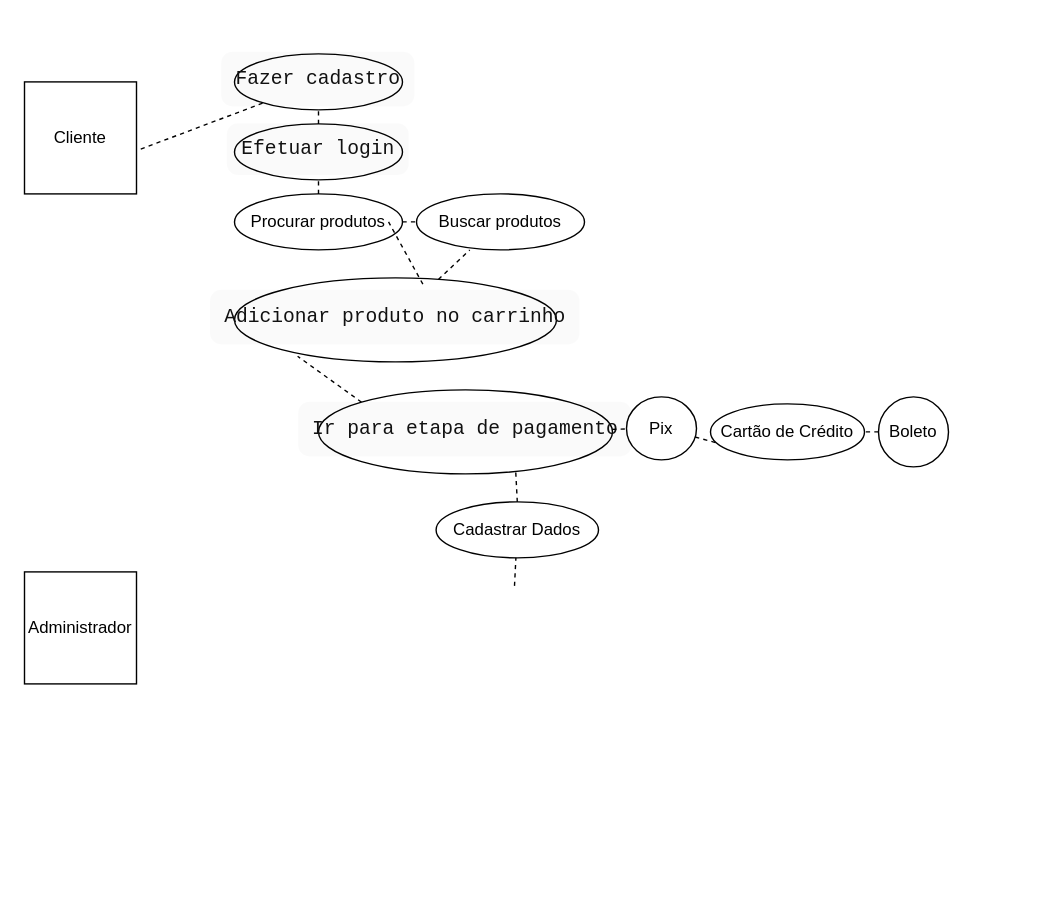
rafaelunic/analiseeprojetodesistemas keeps this draw.io diagram as Diagrama sem nome.drawio. Above is the earlier version. Source tidied: cells renumbered, new cells numbered last; positions are measured from the earlier drawing's top-left corner, leaving out a move shared by most shapes. Both pictures are drawn from the tidied source at 140%, with x=0, y=0 at pixel (24, 53).
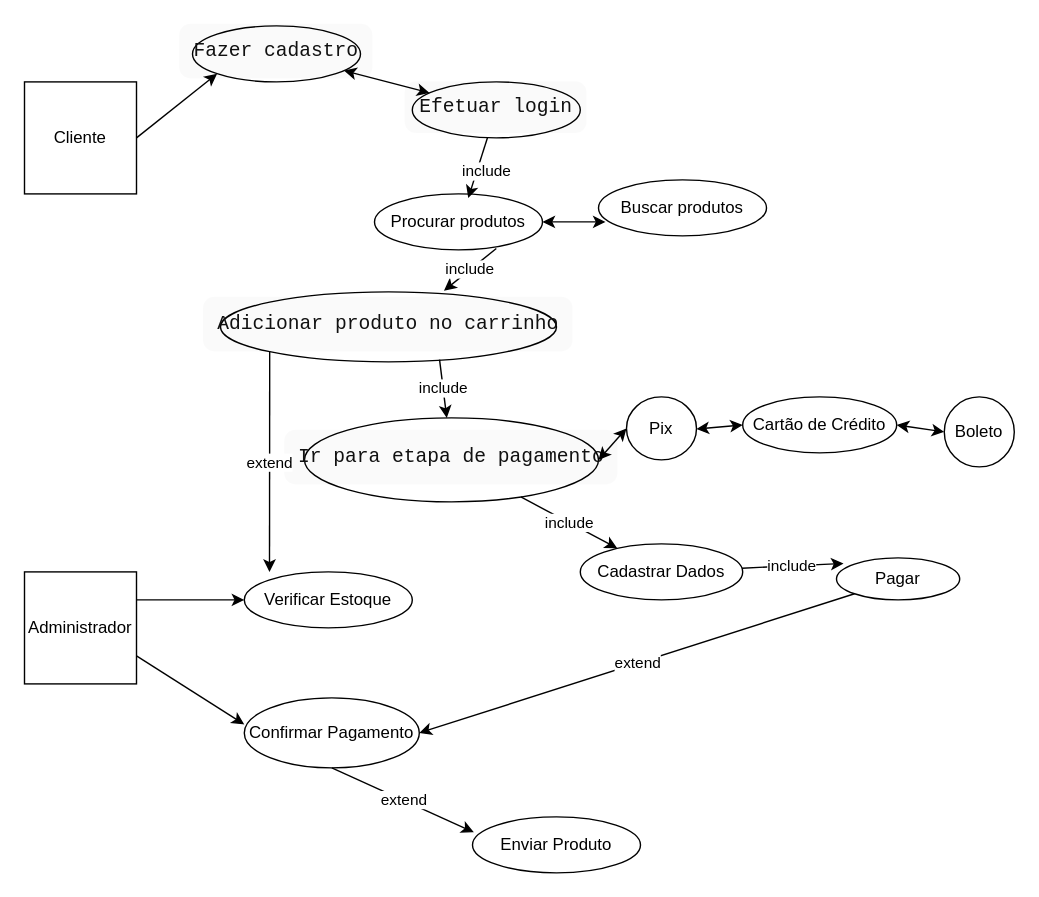
The same diagram, later.

Commit message:
Actualizar Diagrama de e-commerce.drawio

Unchanged cells that the change refers to:
```xml
<mxCell id="2" value="Administrador" style="whiteSpace=wrap;html=1;" parent="1" vertex="1">
  <mxGeometry y="370" width="80" height="80" as="geometry" />
</mxCell>
<mxCell id="3" value="Cliente" style="whiteSpace=wrap;html=1;" parent="1" vertex="1">
  <mxGeometry y="20" width="80" height="80" as="geometry" />
</mxCell>
<mxCell id="17" value="Pix" style="ellipse;whiteSpace=wrap;html=1;" parent="1" vertex="1">
  <mxGeometry x="430" y="245" width="50" height="45" as="geometry" />
</mxCell>
```

What changed in the source:
```diff
@@
-    <mxCell id="4" style="endArrow=none;dashed=1;html=1;rounded=0;exitX=1.038;exitY=0.6;exitDx=0;exitDy=0;exitPerimeter=0;" parent="1" edge="1" source="3" target="5">
-      <mxGeometry relative="1" as="geometry" />
-    </mxCell>
     <mxCell id="5" value="&lt;pre style=&quot;margin-top: 0px; margin-bottom: 4px; background: rgba(0, 0, 0, 0.02); border-radius: 8px; padding: 10px; box-sizing: border-box; border: 1px solid var(--cib-color-neutral-stroke); color: rgb(17, 17, 17); font-size: 16px; text-align: start;&quot;&gt;&lt;code style=&quot;font-size: 14px;&quot; class=&quot;language-uml&quot;&gt;Fazer cadastro&lt;/code&gt;&lt;/pre&gt;" style="ellipse;whiteSpace=wrap;html=1;" parent="1" vertex="1">
-      <mxGeometry x="150" width="120" height="40" as="geometry" />
+      <mxGeometry x="120" y="-20" width="120" height="40" as="geometry" />
     </mxCell>
     <mxCell id="6" value="&lt;pre style=&quot;margin-top: 0px; margin-bottom: 4px; background: rgba(0, 0, 0, 0.02); border-radius: 8px; padding: 10px; box-sizing: border-box; border: 1px solid var(--cib-color-neutral-stroke); color: rgb(17, 17, 17); text-align: start;&quot;&gt;&lt;span style=&quot;font-size: 14px;&quot;&gt;Efetuar login&lt;/span&gt;&lt;/pre&gt;" style="ellipse;whiteSpace=wrap;html=1;" parent="1" vertex="1">
-      <mxGeometry x="150" y="50" width="120" height="40" as="geometry" />
+      <mxGeometry x="277" y="20" width="120" height="40" as="geometry" />
     </mxCell>
-    <mxCell id="7" style="endArrow=none;dashed=1;html=1;rounded=0;exitX=0.5;exitY=0;exitDx=0;exitDy=0;" parent="1" edge="1" source="6" target="5">
-      <mxGeometry relative="1" as="geometry" />
-    </mxCell>
-    <mxCell id="8" style="endArrow=none;dashed=1;html=1;rounded=0;entryX=0.5;entryY=1;entryDx=0;entryDy=0;" parent="1" edge="1" target="6">
-      <mxGeometry relative="1" as="geometry">
-        <mxPoint x="210" y="100" as="sourcePoint" />
-      </mxGeometry>
-    </mxCell>
     <mxCell id="9" value="Procurar produtos" style="ellipse;whiteSpace=wrap;html=1;" parent="1" vertex="1">
-      <mxGeometry x="150" y="100" width="120" height="40" as="geometry" />
+      <mxGeometry x="250" y="100" width="120" height="40" as="geometry" />
     </mxCell>
     <mxCell id="10" value="Buscar produtos" style="ellipse;whiteSpace=wrap;html=1;" parent="1" vertex="1">
-      <mxGeometry x="280" y="100" width="120" height="40" as="geometry" />
+      <mxGeometry x="410" y="90" width="120" height="40" as="geometry" />
     </mxCell>
-    <mxCell id="11" style="endArrow=none;dashed=1;html=1;rounded=0;" parent="1" edge="1" source="9" target="10">
-      <mxGeometry relative="1" as="geometry" />
-    </mxCell>
     <mxCell id="12" value="&lt;pre style=&quot;margin-top: 0px; margin-bottom: 4px; background: rgba(0, 0, 0, 0.02); border-radius: 8px; padding: 10px; box-sizing: border-box; border: 1px solid var(--cib-color-neutral-stroke); color: rgb(17, 17, 17); font-size: 16px; text-align: start;&quot;&gt;&lt;code style=&quot;font-size: 14px;&quot; class=&quot;language-uml&quot;&gt;Adicionar produto no carrinho&lt;/code&gt;&lt;/pre&gt;" style="ellipse;whiteSpace=wrap;html=1;" parent="1" vertex="1">
-      <mxGeometry x="150" y="160" width="230" height="60" as="geometry" />
+      <mxGeometry x="140" y="170" width="240" height="50" as="geometry" />
     </mxCell>
-    <mxCell id="13" style="endArrow=none;dashed=1;html=1;rounded=0;entryX=0.917;entryY=0.5;entryDx=0;entryDy=0;entryPerimeter=0;exitX=0.585;exitY=0.075;exitDx=0;exitDy=0;exitPerimeter=0;" parent="1" edge="1" source="12" target="9">
-      <mxGeometry relative="1" as="geometry" />
-    </mxCell>
-    <mxCell id="14" style="endArrow=none;dashed=1;html=1;rounded=0;entryX=0.317;entryY=1;entryDx=0;entryDy=0;entryPerimeter=0;" parent="1" edge="1" source="12" target="10">
-      <mxGeometry relative="1" as="geometry" />
-    </mxCell>
-    <mxCell id="15" style="endArrow=none;dashed=1;html=1;rounded=0;entryX=0.196;entryY=0.933;entryDx=0;entryDy=0;entryPerimeter=0;exitX=0;exitY=0;exitDx=0;exitDy=0;" parent="1" edge="1" source="16" target="12">
-      <mxGeometry relative="1" as="geometry" />
-    </mxCell>
     <mxCell id="16" value="&lt;pre style=&quot;margin-top: 0px; margin-bottom: 4px; background: rgba(0, 0, 0, 0.02); border-radius: 8px; padding: 10px; box-sizing: border-box; border: 1px solid var(--cib-color-neutral-stroke); color: rgb(17, 17, 17); font-size: 16px; text-align: start;&quot;&gt;&lt;code style=&quot;font-size: 14px;&quot; class=&quot;language-uml&quot;&gt;Ir para etapa de pagamento&lt;/code&gt;&lt;/pre&gt;" style="ellipse;whiteSpace=wrap;html=1;" parent="1" vertex="1">
-      <mxGeometry x="210" y="240" width="210" height="60" as="geometry" />
+      <mxGeometry x="200" y="260" width="210" height="60" as="geometry" />
     </mxCell>
@@
     <mxCell id="18" value="Cartão de Crédito" style="ellipse;whiteSpace=wrap;html=1;" parent="1" vertex="1">
-      <mxGeometry x="490" y="250" width="110" height="40" as="geometry" />
+      <mxGeometry x="513" y="245" width="110" height="40" as="geometry" />
     </mxCell>
     <mxCell id="19" value="Boleto" style="ellipse;whiteSpace=wrap;html=1;" parent="1" vertex="1">
-      <mxGeometry x="610" y="245" width="50" height="50" as="geometry" />
+      <mxGeometry x="657" y="245" width="50" height="50" as="geometry" />
     </mxCell>
+    <mxCell id="24" value="Cadastrar Dados" style="ellipse;whiteSpace=wrap;html=1;" parent="1" vertex="1">
+      <mxGeometry x="397" y="350" width="116" height="40" as="geometry" />
+    </mxCell>
+    <mxCell id="26" value="Pagar" style="ellipse;whiteSpace=wrap;html=1;" parent="1" vertex="1">
+      <mxGeometry x="580" y="360" width="88" height="30" as="geometry" />
+    </mxCell>
+    <mxCell id="27" value="Verificar Estoque" style="ellipse;whiteSpace=wrap;html=1;" parent="1" vertex="1">
+      <mxGeometry x="157" y="370" width="120" height="40" as="geometry" />
+    </mxCell>
+    <mxCell id="28" value="Confirmar Pagamento" style="ellipse;whiteSpace=wrap;html=1;" parent="1" vertex="1">
+      <mxGeometry x="157" y="460" width="125" height="50" as="geometry" />
+    </mxCell>
+    <mxCell id="29" value="Enviar Produto" style="ellipse;whiteSpace=wrap;html=1;" parent="1" vertex="1">
+      <mxGeometry x="320" y="545" width="120" height="40" as="geometry" />
+    </mxCell>
+    <mxCell id="30" style="endArrow=none;dashed=1;html=1;rounded=0;" parent="1" edge="1">
+      <mxGeometry relative="1" as="geometry">
+        <mxPoint x="440" y="400" as="sourcePoint" />
+        <mxPoint x="440" y="400" as="targetPoint" />
+      </mxGeometry>
+    </mxCell>
+    <mxCell id="31" value="include" style="endArrow=classic;html=1;rounded=0;entryX=0.558;entryY=0.075;entryDx=0;entryDy=0;entryPerimeter=0;" parent="1" edge="1" source="6" target="9">
+      <mxGeometry y="7" relative="1" as="geometry" />
+    </mxCell>
+    <mxCell id="4" style="endArrow=classic;html=1;rounded=0;entryX=0;entryY=1;entryDx=0;entryDy=0;exitX=1;exitY=0.5;exitDx=0;exitDy=0;" parent="1" edge="1" source="3" target="5">
+      <mxGeometry relative="1" as="geometry" />
+    </mxCell>
+    <mxCell id="11" style="endArrow=classic;startArrow=classic;html=1;rounded=0;exitX=1;exitY=0.5;exitDx=0;exitDy=0;entryX=0.042;entryY=0.75;entryDx=0;entryDy=0;entryPerimeter=0;" parent="1" edge="1" source="9" target="10">
+      <mxGeometry relative="1" as="geometry" />
+    </mxCell>
+    <mxCell id="32" value="include" style="endArrow=classic;html=1;rounded=0;exitX=0.725;exitY=0.975;exitDx=0;exitDy=0;exitPerimeter=0;entryX=0.665;entryY=-0.017;entryDx=0;entryDy=0;entryPerimeter=0;" parent="1" edge="1" source="9" target="12">
+      <mxGeometry relative="1" as="geometry" />
+    </mxCell>
+    <mxCell id="33" value="include" style="endArrow=classic;html=1;rounded=0;exitX=0.652;exitY=0.967;exitDx=0;exitDy=0;exitPerimeter=0;" parent="1" edge="1" source="12" target="16">
+      <mxGeometry relative="1" as="geometry" />
+    </mxCell>
-    <mxCell id="20" style="endArrow=none;dashed=1;html=1;rounded=0;" parent="1" edge="1" source="16" target="17">
+    <mxCell id="20" style="endArrow=classic;startArrow=classic;html=1;rounded=0;entryX=0;entryY=0.5;entryDx=0;entryDy=0;exitX=1;exitY=0.5;exitDx=0;exitDy=0;" parent="1" edge="1" source="16" target="17">
       <mxGeometry relative="1" as="geometry" />
     </mxCell>
-    <mxCell id="21" style="endArrow=none;dashed=1;html=1;rounded=0;entryX=0.045;entryY=0.7;entryDx=0;entryDy=0;entryPerimeter=0;" parent="1" edge="1" source="17" target="18">
-      <mxGeometry relative="1" as="geometry" />
-    </mxCell>
-    <mxCell id="22" style="endArrow=none;dashed=1;html=1;rounded=0;" parent="1" edge="1" source="19" target="18">
-      <mxGeometry relative="1" as="geometry" />
-    </mxCell>
-    <mxCell id="23" style="endArrow=none;dashed=1;html=1;rounded=0;entryX=0.671;entryY=0.983;entryDx=0;entryDy=0;entryPerimeter=0;exitX=0.5;exitY=0;exitDx=0;exitDy=0;" parent="1" edge="1" source="24" target="16">
-      <mxGeometry relative="1" as="geometry" />
-    </mxCell>
-    <mxCell id="24" value="Cadastrar Dados" style="ellipse;whiteSpace=wrap;html=1;" parent="1" vertex="1">
-      <mxGeometry x="294" y="320" width="116" height="40" as="geometry" />
-    </mxCell>
-    <mxCell id="25" style="endArrow=none;dashed=1;html=1;rounded=0;" parent="1" edge="1" target="24">
-      <mxGeometry relative="1" as="geometry">
-        <mxPoint x="350" y="380" as="sourcePoint" />
-      </mxGeometry>
-    </mxCell>
+    <mxCell id="34" style="endArrow=classic;startArrow=classic;html=1;rounded=0;entryX=0;entryY=0.5;entryDx=0;entryDy=0;" parent="1" edge="1" target="18">
+      <mxGeometry relative="1" as="geometry">
+        <mxPoint x="480" y="268" as="sourcePoint" />
+      </mxGeometry>
+    </mxCell>
+    <mxCell id="35" style="endArrow=classic;startArrow=classic;html=1;rounded=0;entryX=0;entryY=0.5;entryDx=0;entryDy=0;exitX=1;exitY=0.5;exitDx=0;exitDy=0;" parent="1" edge="1" source="18" target="19">
+      <mxGeometry relative="1" as="geometry" />
+    </mxCell>
+    <mxCell id="36" value="include" style="endArrow=classic;html=1;rounded=0;" parent="1" edge="1" source="16" target="24">
+      <mxGeometry relative="1" as="geometry" />
+    </mxCell>
+    <mxCell id="37" value="include" style="endArrow=classic;html=1;rounded=0;entryX=0.057;entryY=0.133;entryDx=0;entryDy=0;entryPerimeter=0;" parent="1" edge="1" source="24" target="26">
+      <mxGeometry relative="1" as="geometry" />
+    </mxCell>
+    <mxCell id="38" style="endArrow=classic;startArrow=classic;html=1;rounded=0;" parent="1" edge="1" source="5" target="6">
+      <mxGeometry relative="1" as="geometry" />
+    </mxCell>
+    <mxCell id="39" style="endArrow=classic;html=1;rounded=0;exitX=1;exitY=0.25;exitDx=0;exitDy=0;entryX=0;entryY=0.5;entryDx=0;entryDy=0;" parent="1" edge="1" source="2" target="27">
+      <mxGeometry relative="1" as="geometry" />
+    </mxCell>
+    <mxCell id="40" value="extend" style="endArrow=classic;html=1;rounded=0;exitX=0;exitY=1;exitDx=0;exitDy=0;" parent="1" edge="1" source="12">
+      <mxGeometry relative="1" as="geometry">
+        <mxPoint x="175" y="370" as="targetPoint" />
+      </mxGeometry>
+    </mxCell>
+    <mxCell id="41" value="extend" style="endArrow=classic;html=1;rounded=0;entryX=1;entryY=0.5;entryDx=0;entryDy=0;exitX=0;exitY=1;exitDx=0;exitDy=0;" parent="1" edge="1" source="26" target="28">
+      <mxGeometry relative="1" as="geometry" />
+    </mxCell>
+    <mxCell id="42" value="extend" style="endArrow=classic;html=1;rounded=0;exitX=0.5;exitY=1;exitDx=0;exitDy=0;entryX=0.008;entryY=0.275;entryDx=0;entryDy=0;entryPerimeter=0;" parent="1" edge="1" source="28" target="29">
+      <mxGeometry relative="1" as="geometry" />
+    </mxCell>
+    <mxCell id="43" style="endArrow=classic;html=1;rounded=0;exitX=1;exitY=0.75;exitDx=0;exitDy=0;entryX=0;entryY=0.38;entryDx=0;entryDy=0;entryPerimeter=0;" parent="1" edge="1" source="2" target="28">
+      <mxGeometry relative="1" as="geometry" />
+    </mxCell>
```
